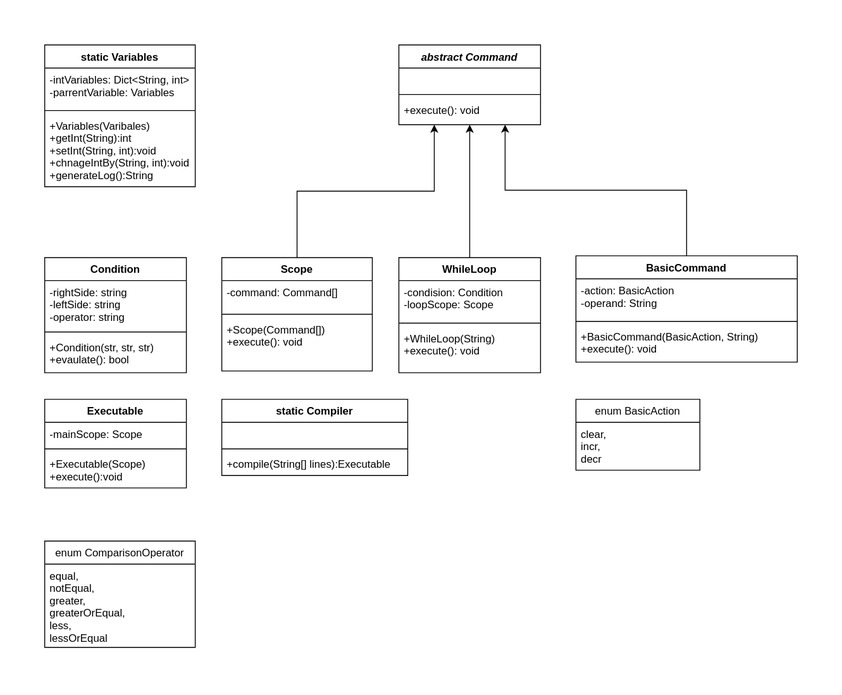
Before: BoneWithFleshInterpreter/documentation/uml.svg, a diagram exported from draw.io (mnokno/SpaceCadets). Source tidied: cells renumbered, new cells last; positions are measured from the earlier drawing's top-left corner, leaving out a move shared by most shapes.
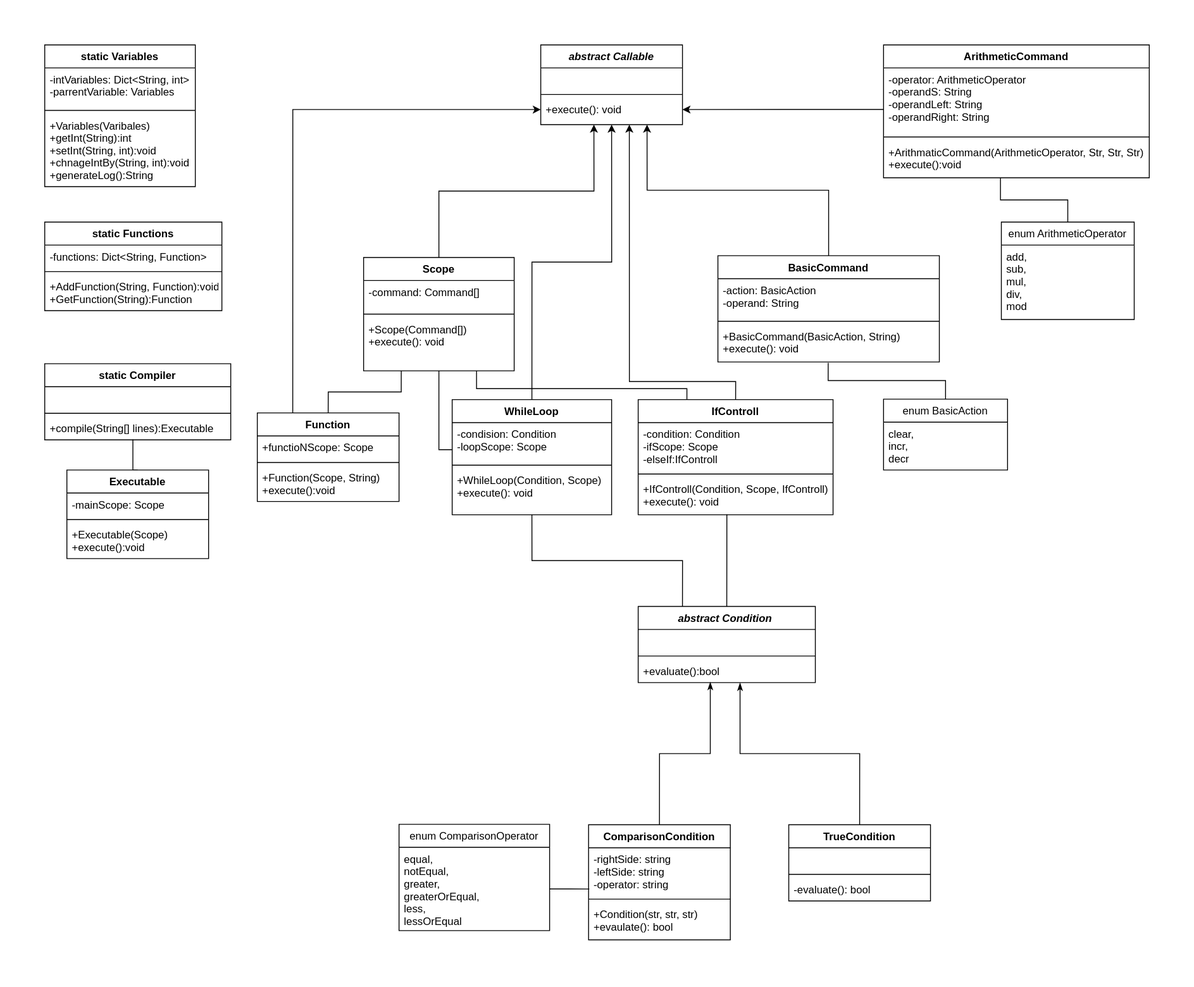
Later version of the same file.

Commit message:
Updated uml to accommodate new language features

Diff of the diagram source:
```diff
@@ -2,9 +2,30 @@
   <root>
     <mxCell id="0" />
     <mxCell id="1" parent="0" />
-    <mxCell id="2" style="edgeStyle=orthogonalEdgeStyle;rounded=0;jettySize=auto;html=1;exitX=0.5;exitY=0;exitDx=0;exitDy=0;entryX=0.25;entryY=1;entryDx=0;entryDy=0;" parent="1" edge="1" source="3" target="7">
-      <mxGeometry relative="1" as="geometry" />
+    <mxCell id="2" style="edgeStyle=orthogonalEdgeStyle;rounded=0;jettySize=auto;html=1;exitX=0.5;exitY=0;exitDx=0;exitDy=0;" parent="1" edge="1" source="3">
+      <mxGeometry relative="1" as="geometry">
+        <mxPoint x="460" y="90" as="targetPoint" />
+      </mxGeometry>
     </mxCell>
+    <mxCell id="41" style="edgeStyle=orthogonalEdgeStyle;rounded=0;jettySize=auto;html=1;exitX=0.75;exitY=1;exitDx=0;exitDy=0;entryX=0.25;entryY=0;entryDx=0;entryDy=0;endArrow=none;endFill=0;" parent="1" edge="1" source="3" target="49">
+      <mxGeometry relative="1" as="geometry">
+        <Array as="points">
+          <mxPoint x="328" y="388" />
+          <mxPoint x="565" y="388" />
+        </Array>
+      </mxGeometry>
+    </mxCell>
+    <mxCell id="42" style="edgeStyle=orthogonalEdgeStyle;rounded=0;jettySize=auto;html=1;exitX=0.5;exitY=1;exitDx=0;exitDy=0;entryX=0.002;entryY=0.686;entryDx=0;entryDy=0;entryPerimeter=0;endArrow=none;endFill=0;" parent="1" edge="1" source="3" target="14">
+      <mxGeometry relative="1" as="geometry">
+        <Array as="points">
+          <mxPoint x="285" y="457" />
+          <mxPoint x="299" y="457" />
+        </Array>
+      </mxGeometry>
+    </mxCell>
+    <mxCell id="43" style="edgeStyle=orthogonalEdgeStyle;rounded=0;jettySize=auto;html=1;exitX=0.25;exitY=1;exitDx=0;exitDy=0;entryX=0.5;entryY=0;entryDx=0;entryDy=0;endArrow=none;endFill=0;" parent="1" edge="1" source="3" target="65">
+      <mxGeometry relative="1" as="geometry" />
+    </mxCell>
     <mxCell id="3" value="Scope" style="swimlane;fontStyle=1;align=center;verticalAlign=top;horizontal=1;startSize=26;rounded=0;shadow=0;strokeWidth=1;" parent="1" vertex="1">
       <mxGeometry x="200" y="240" width="170" height="128" as="geometry" />
     </mxCell>
@@ -17,7 +38,7 @@
     <mxCell id="6" value="+Scope(Command[])&#10;+execute(): void" style="text;align=left;verticalAlign=top;spacingLeft=4;spacingRight=4;overflow=hidden;fontStyle=0;" parent="3" vertex="1">
       <mxGeometry y="68" width="170" height="50" as="geometry" />
     </mxCell>
-    <mxCell id="7" value="abstract Command" style="swimlane;fontStyle=3;align=center;verticalAlign=top;horizontal=1;startSize=26;rounded=0;shadow=0;strokeWidth=1;" parent="1" vertex="1">
+    <mxCell id="7" value="abstract Callable" style="swimlane;fontStyle=3;align=center;verticalAlign=top;horizontal=1;startSize=26;rounded=0;shadow=0;strokeWidth=1;" parent="1" vertex="1">
       <mxGeometry x="400" width="160" height="90" as="geometry" />
     </mxCell>
     <mxCell id="8" value=" " style="text;align=left;verticalAlign=top;spacingLeft=4;spacingRight=4;overflow=hidden;" parent="7" vertex="1">
@@ -36,19 +57,19 @@
       <mxGeometry relative="1" as="geometry" />
     </mxCell>
     <mxCell id="13" value="WhileLoop" style="swimlane;fontStyle=1;align=center;verticalAlign=top;horizontal=1;startSize=26;rounded=0;shadow=0;strokeWidth=1;" parent="1" vertex="1">
-      <mxGeometry x="400" y="240" width="160" height="130" as="geometry" />
+      <mxGeometry x="300" y="400.5" width="180" height="130" as="geometry" />
     </mxCell>
     <mxCell id="14" value="-condision: Condition&#10;-loopScope: Scope" style="text;align=left;verticalAlign=top;spacingLeft=4;spacingRight=4;overflow=hidden;points=[[0,0.5],[1,0.5]];portConstraint=eastwest;" parent="13" vertex="1">
-      <mxGeometry y="26" width="160" height="44" as="geometry" />
+      <mxGeometry y="26" width="180" height="44" as="geometry" />
     </mxCell>
     <mxCell id="15" style="line;html=1;strokeWidth=1;align=left;verticalAlign=middle;spacingTop=-1;spacingLeft=3;spacingRight=3;labelPosition=right;" parent="13" vertex="1">
-      <mxGeometry y="70" width="160" height="8" as="geometry" />
+      <mxGeometry y="70" width="180" height="8" as="geometry" />
     </mxCell>
-    <mxCell id="16" value="+WhileLoop(String)&#10;+execute(): void" style="text;align=left;verticalAlign=top;spacingLeft=4;spacingRight=4;overflow=hidden;fontStyle=0;" parent="13" vertex="1">
-      <mxGeometry y="78" width="160" height="42" as="geometry" />
+    <mxCell id="16" value="+WhileLoop(Condition, Scope)&#10;+execute(): void" style="text;align=left;verticalAlign=top;spacingLeft=4;spacingRight=4;overflow=hidden;fontStyle=0;" parent="13" vertex="1">
+      <mxGeometry y="78" width="180" height="42" as="geometry" />
     </mxCell>
     <mxCell id="17" value="static Variables" style="swimlane;fontStyle=1;align=center;verticalAlign=top;horizontal=1;startSize=26;" parent="1" vertex="1">
-      <mxGeometry width="170" height="160" as="geometry" />
+      <mxGeometry x="-160" width="170" height="160" as="geometry" />
     </mxCell>
     <mxCell id="18" value="-intVariables: Dict&lt;String, int&gt; &#10;-parrentVariable: Variables" style="text;strokeColor=none;fillColor=none;align=left;verticalAlign=top;spacingLeft=4;spacingRight=4;overflow=hidden;" parent="17" vertex="1">
       <mxGeometry y="26" width="170" height="44" as="geometry" />
@@ -60,7 +81,7 @@
       <mxGeometry y="78" width="170" height="82" as="geometry" />
     </mxCell>
     <mxCell id="21" value="static Compiler" style="swimlane;fontStyle=1;align=center;verticalAlign=top;horizontal=1;startSize=26;" parent="1" vertex="1">
-      <mxGeometry x="200" y="400" width="210" height="86" as="geometry" />
+      <mxGeometry x="-160" y="360" width="210" height="86" as="geometry" />
     </mxCell>
     <mxCell id="22" value="  " style="text;strokeColor=none;fillColor=none;align=left;verticalAlign=top;spacingLeft=4;spacingRight=4;overflow=hidden;" parent="21" vertex="1">
       <mxGeometry y="26" width="210" height="26" as="geometry" />
@@ -71,8 +92,11 @@
     <mxCell id="24" value="+compile(String[] lines):Executable" style="text;strokeColor=none;fillColor=none;align=left;verticalAlign=top;spacingLeft=4;spacingRight=4;overflow=hidden;points=[[0,0.5],[1,0.5]];portConstraint=eastwest;" parent="21" vertex="1">
       <mxGeometry y="60" width="210" height="26" as="geometry" />
     </mxCell>
+    <mxCell id="44" style="edgeStyle=orthogonalEdgeStyle;rounded=0;jettySize=auto;html=1;exitX=0.5;exitY=0;exitDx=0;exitDy=0;entryX=0.474;entryY=0.977;entryDx=0;entryDy=0;entryPerimeter=0;endArrow=none;endFill=0;" parent="1" edge="1" source="25" target="24">
+      <mxGeometry relative="1" as="geometry" />
+    </mxCell>
     <mxCell id="25" value="Executable" style="swimlane;fontStyle=1;align=center;verticalAlign=top;horizontal=1;startSize=26;" parent="1" vertex="1">
-      <mxGeometry y="400" width="160" height="100" as="geometry" />
+      <mxGeometry x="-135" y="480" width="160" height="100" as="geometry" />
     </mxCell>
     <mxCell id="26" value="-mainScope: Scope" style="text;strokeColor=none;fillColor=none;align=left;verticalAlign=top;spacingLeft=4;spacingRight=4;overflow=hidden;" parent="25" vertex="1">
       <mxGeometry y="26" width="160" height="26" as="geometry" />
@@ -83,8 +107,11 @@
     <mxCell id="28" value="+Executable(Scope)&#10;+execute():void" style="text;strokeColor=none;fillColor=none;align=left;verticalAlign=top;spacingLeft=4;spacingRight=4;overflow=hidden;" parent="25" vertex="1">
       <mxGeometry y="60" width="160" height="40" as="geometry" />
     </mxCell>
+    <mxCell id="45" style="edgeStyle=orthogonalEdgeStyle;rounded=0;jettySize=auto;html=1;exitX=0.5;exitY=0;exitDx=0;exitDy=0;entryX=0.407;entryY=0.977;entryDx=0;entryDy=0;entryPerimeter=0;endArrow=classicThin;endFill=1;" parent="1" edge="1" source="29" target="63">
+      <mxGeometry relative="1" as="geometry" />
+    </mxCell>
-    <mxCell id="29" value="Condition" style="swimlane;fontStyle=1;align=center;verticalAlign=top;horizontal=1;startSize=26;" parent="1" vertex="1">
-      <mxGeometry y="240" width="160" height="130" as="geometry" />
+    <mxCell id="29" value="ComparisonCondition" style="swimlane;fontStyle=1;align=center;verticalAlign=top;horizontal=1;startSize=26;" parent="1" vertex="1">
+      <mxGeometry x="454" y="880.5" width="160" height="130" as="geometry" />
     </mxCell>
     <mxCell id="30" value="-rightSide: string&#10;-leftSide: string&#10;-operator: string&#10;" style="text;strokeColor=none;fillColor=none;align=left;verticalAlign=top;spacingLeft=4;spacingRight=4;overflow=hidden;points=[[0,0.5],[1,0.5]];portConstraint=eastwest;" parent="29" vertex="1">
       <mxGeometry y="26" width="160" height="54" as="geometry" />
@@ -107,17 +134,132 @@
     <mxCell id="36" value="+BasicCommand(BasicAction, String)&#10;+execute(): void" style="text;strokeColor=none;fillColor=none;align=left;verticalAlign=top;spacingLeft=4;spacingRight=4;overflow=hidden;points=[[0,0.5],[1,0.5]];portConstraint=eastwest;" parent="33" vertex="1">
       <mxGeometry y="78" width="250" height="42" as="geometry" />
     </mxCell>
+    <mxCell id="46" style="edgeStyle=orthogonalEdgeStyle;rounded=0;jettySize=auto;html=1;exitX=0.5;exitY=0;exitDx=0;exitDy=0;entryX=0.498;entryY=1.024;entryDx=0;entryDy=0;entryPerimeter=0;endArrow=none;endFill=0;" parent="1" edge="1" source="37" target="36">
+      <mxGeometry relative="1" as="geometry" />
+    </mxCell>
     <mxCell id="37" value="enum BasicAction" style="swimlane;fontStyle=0;horizontal=1;startSize=26;fillColor=none;" parent="1" vertex="1">
-      <mxGeometry x="600" y="400" width="140" height="80" as="geometry" />
+      <mxGeometry x="787" y="400" width="140" height="80" as="geometry" />
     </mxCell>
     <mxCell id="38" value="clear,&#10;incr,&#10;decr&#10;" style="text;strokeColor=none;fillColor=none;align=left;verticalAlign=top;spacingLeft=4;spacingRight=4;overflow=hidden;" parent="37" vertex="1">
       <mxGeometry y="26" width="140" height="54" as="geometry" />
     </mxCell>
     <mxCell id="39" value="enum ComparisonOperator" style="swimlane;fontStyle=0;horizontal=1;startSize=26;fillColor=none;" parent="1" vertex="1">
-      <mxGeometry y="560" width="170" height="120" as="geometry" />
+      <mxGeometry x="240" y="880" width="170" height="120" as="geometry" />
     </mxCell>
     <mxCell id="40" value="equal,&#10;notEqual,&#10;greater,&#10;greaterOrEqual,&#10;less,&#10;lessOrEqual" style="text;strokeColor=none;fillColor=none;align=left;verticalAlign=top;spacingLeft=4;spacingRight=4;overflow=hidden;points=[[0,0.5],[1,0.5]];portConstraint=eastwest;" parent="39" vertex="1">
       <mxGeometry y="26" width="170" height="94" as="geometry" />
     </mxCell>
+    <mxCell id="47" style="edgeStyle=orthogonalEdgeStyle;rounded=0;jettySize=auto;html=1;exitX=1;exitY=0.5;exitDx=0;exitDy=0;entryX=0.005;entryY=0.863;entryDx=0;entryDy=0;entryPerimeter=0;endArrow=none;endFill=0;" parent="1" edge="1" source="40" target="30">
+      <mxGeometry relative="1" as="geometry" />
+    </mxCell>
+    <mxCell id="48" style="edgeStyle=orthogonalEdgeStyle;rounded=0;jettySize=auto;html=1;exitX=0.5;exitY=0;exitDx=0;exitDy=0;endArrow=classic;endFill=1;" parent="1" edge="1" source="49">
+      <mxGeometry relative="1" as="geometry">
+        <mxPoint x="500" y="90" as="targetPoint" />
+        <Array as="points">
+          <mxPoint x="620" y="380" />
+          <mxPoint x="500" y="380" />
+        </Array>
+      </mxGeometry>
+    </mxCell>
+    <mxCell id="49" value="IfControll" style="swimlane;fontStyle=1;align=center;verticalAlign=top;horizontal=1;startSize=26;" parent="1" vertex="1">
+      <mxGeometry x="510" y="400.5" width="220" height="130" as="geometry" />
+    </mxCell>
+    <mxCell id="50" value="-condition: Condition&#10;-ifScope: Scope&#10;-elseIf:IfControll" style="text;strokeColor=none;fillColor=none;align=left;verticalAlign=top;spacingLeft=4;spacingRight=4;overflow=hidden;" parent="49" vertex="1">
+      <mxGeometry y="26" width="220" height="54" as="geometry" />
+    </mxCell>
+    <mxCell id="51" style="line;strokeWidth=1;fillColor=none;align=left;verticalAlign=middle;spacingTop=-1;spacingLeft=3;spacingRight=3;labelPosition=right;strokeColor=inherit;" parent="49" vertex="1">
+      <mxGeometry y="80" width="220" height="8" as="geometry" />
+    </mxCell>
+    <mxCell id="52" value="+IfControll(Condition, Scope, IfControll)&#10;+execute(): void" style="text;strokeColor=none;fillColor=none;align=left;verticalAlign=top;spacingLeft=4;spacingRight=4;overflow=hidden;points=[[0,0.5],[1,0.5]];portConstraint=eastwest;" parent="49" vertex="1">
+      <mxGeometry y="88" width="220" height="42" as="geometry" />
+    </mxCell>
+    <mxCell id="53" style="edgeStyle=orthogonalEdgeStyle;rounded=0;jettySize=auto;html=1;exitX=0.5;exitY=0;exitDx=0;exitDy=0;entryX=0.575;entryY=1.008;entryDx=0;entryDy=0;entryPerimeter=0;endArrow=classicThin;endFill=1;" parent="1" edge="1" source="54" target="63">
+      <mxGeometry relative="1" as="geometry" />
+    </mxCell>
+    <mxCell id="54" value="TrueCondition" style="swimlane;fontStyle=1;align=center;verticalAlign=top;horizontal=1;startSize=26;" parent="1" vertex="1">
+      <mxGeometry x="680" y="880.5" width="160" height="86" as="geometry" />
+    </mxCell>
+    <mxCell id="55" value="  " style="text;strokeColor=none;fillColor=none;align=left;verticalAlign=top;spacingLeft=4;spacingRight=4;overflow=hidden;" parent="54" vertex="1">
+      <mxGeometry y="26" width="160" height="26" as="geometry" />
+    </mxCell>
+    <mxCell id="56" style="line;strokeWidth=1;fillColor=none;align=left;verticalAlign=middle;spacingTop=-1;spacingLeft=3;spacingRight=3;labelPosition=right;strokeColor=inherit;" parent="54" vertex="1">
+      <mxGeometry y="52" width="160" height="8" as="geometry" />
+    </mxCell>
+    <mxCell id="57" value="-evaluate(): bool " style="text;strokeColor=none;fillColor=none;align=left;verticalAlign=top;spacingLeft=4;spacingRight=4;overflow=hidden;" parent="54" vertex="1">
+      <mxGeometry y="60" width="160" height="26" as="geometry" />
+    </mxCell>
+    <mxCell id="58" style="edgeStyle=orthogonalEdgeStyle;rounded=0;jettySize=auto;html=1;exitX=0.25;exitY=0;exitDx=0;exitDy=0;entryX=0.5;entryY=1;entryDx=0;entryDy=0;endArrow=none;endFill=0;" parent="1" edge="1" source="60" target="13">
+      <mxGeometry relative="1" as="geometry" />
+    </mxCell>
+    <mxCell id="59" style="edgeStyle=orthogonalEdgeStyle;rounded=0;jettySize=auto;html=1;exitX=0.5;exitY=0;exitDx=0;exitDy=0;entryX=0.455;entryY=0.984;entryDx=0;entryDy=0;entryPerimeter=0;endArrow=none;endFill=0;" parent="1" edge="1" source="60" target="52">
+      <mxGeometry relative="1" as="geometry" />
+    </mxCell>
+    <mxCell id="60" value="abstract Condition " style="swimlane;fontStyle=3;align=center;verticalAlign=top;horizontal=1;startSize=26;" parent="1" vertex="1">
+      <mxGeometry x="510" y="634" width="200" height="86" as="geometry" />
+    </mxCell>
+    <mxCell id="61" value=" " style="text;strokeColor=none;fillColor=none;align=left;verticalAlign=top;spacingLeft=4;spacingRight=4;overflow=hidden;" parent="60" vertex="1">
+      <mxGeometry y="26" width="200" height="26" as="geometry" />
+    </mxCell>
+    <mxCell id="62" style="line;strokeWidth=1;fillColor=none;align=left;verticalAlign=middle;spacingTop=-1;spacingLeft=3;spacingRight=3;labelPosition=right;strokeColor=inherit;" parent="60" vertex="1">
+      <mxGeometry y="52" width="200" height="8" as="geometry" />
+    </mxCell>
+    <mxCell id="63" value="+evaluate():bool" style="text;strokeColor=none;fillColor=none;align=left;verticalAlign=top;spacingLeft=4;spacingRight=4;overflow=hidden;points=[[0,0.5],[1,0.5]];portConstraint=eastwest;" parent="60" vertex="1">
+      <mxGeometry y="60" width="200" height="26" as="geometry" />
+    </mxCell>
+    <mxCell id="64" style="edgeStyle=orthogonalEdgeStyle;rounded=0;jettySize=auto;html=1;exitX=0.25;exitY=0;exitDx=0;exitDy=0;entryX=0;entryY=0.5;entryDx=0;entryDy=0;endArrow=classic;endFill=1;" parent="1" edge="1" source="65" target="10">
+      <mxGeometry relative="1" as="geometry">
+        <Array as="points">
+          <mxPoint x="120" y="73" />
+        </Array>
+      </mxGeometry>
+    </mxCell>
+    <mxCell id="65" value="Function" style="swimlane;fontStyle=1;align=center;verticalAlign=top;horizontal=1;startSize=26;" parent="1" vertex="1">
+      <mxGeometry x="80" y="415.5" width="160" height="100" as="geometry" />
+    </mxCell>
+    <mxCell id="66" value="+functioNScope: Scope" style="text;strokeColor=none;fillColor=none;align=left;verticalAlign=top;spacingLeft=4;spacingRight=4;overflow=hidden;" parent="65" vertex="1">
+      <mxGeometry y="26" width="160" height="26" as="geometry" />
+    </mxCell>
+    <mxCell id="67" style="line;strokeWidth=1;fillColor=none;align=left;verticalAlign=middle;spacingTop=-1;spacingLeft=3;spacingRight=3;labelPosition=right;strokeColor=inherit;" parent="65" vertex="1">
+      <mxGeometry y="52" width="160" height="8" as="geometry" />
+    </mxCell>
+    <mxCell id="68" value="+Function(Scope, String)&#10;+execute():void" style="text;strokeColor=none;fillColor=none;align=left;verticalAlign=top;spacingLeft=4;spacingRight=4;overflow=hidden;" parent="65" vertex="1">
+      <mxGeometry y="60" width="160" height="40" as="geometry" />
+    </mxCell>
+    <mxCell id="69" value="static Functions" style="swimlane;fontStyle=1;align=center;verticalAlign=top;horizontal=1;startSize=26;" parent="1" vertex="1">
+      <mxGeometry x="-160" y="200" width="200" height="100" as="geometry" />
+    </mxCell>
+    <mxCell id="70" value="-functions: Dict&lt;String, Function&gt;" style="text;strokeColor=none;fillColor=none;align=left;verticalAlign=top;spacingLeft=4;spacingRight=4;overflow=hidden;" parent="69" vertex="1">
+      <mxGeometry y="26" width="200" height="26" as="geometry" />
+    </mxCell>
+    <mxCell id="71" style="line;strokeWidth=1;fillColor=none;align=left;verticalAlign=middle;spacingTop=-1;spacingLeft=3;spacingRight=3;labelPosition=right;strokeColor=inherit;" parent="69" vertex="1">
+      <mxGeometry y="52" width="200" height="8" as="geometry" />
+    </mxCell>
+    <mxCell id="72" value="+AddFunction(String, Function):void&#10;+GetFunction(String):Function" style="text;strokeColor=none;fillColor=none;align=left;verticalAlign=top;spacingLeft=4;spacingRight=4;overflow=hidden;" parent="69" vertex="1">
+      <mxGeometry y="60" width="200" height="40" as="geometry" />
+    </mxCell>
+    <mxCell id="73" style="edgeStyle=orthogonalEdgeStyle;rounded=0;jettySize=auto;html=1;exitX=0.5;exitY=0;exitDx=0;exitDy=0;entryX=0.44;entryY=1.005;entryDx=0;entryDy=0;entryPerimeter=0;endArrow=none;endFill=0;" parent="1" edge="1" source="74" target="79">
+      <mxGeometry relative="1" as="geometry" />
+    </mxCell>
+    <mxCell id="74" value="enum ArithmeticOperator" style="swimlane;fontStyle=0;horizontal=1;startSize=26;fillColor=none;" parent="1" vertex="1">
+      <mxGeometry x="920" y="200" width="150" height="110" as="geometry" />
+    </mxCell>
+    <mxCell id="75" value="add,&#10;sub,&#10;mul,&#10;div,&#10;mod" style="text;strokeColor=none;fillColor=none;align=left;verticalAlign=top;spacingLeft=4;spacingRight=4;overflow=hidden;" parent="74" vertex="1">
+      <mxGeometry y="26" width="150" height="84" as="geometry" />
+    </mxCell>
+    <mxCell id="76" value="ArithmeticCommand" style="swimlane;fontStyle=1;align=center;verticalAlign=top;horizontal=1;startSize=26;" parent="1" vertex="1">
+      <mxGeometry x="787" width="300" height="150" as="geometry" />
+    </mxCell>
+    <mxCell id="77" value="-operator: ArithmeticOperator&#10;-operandS: String&#10;-operandLeft: String&#10;-operandRight: String" style="text;strokeColor=none;fillColor=none;align=left;verticalAlign=top;spacingLeft=4;spacingRight=4;overflow=hidden;points=[[0,0.5],[1,0.5]];portConstraint=eastwest;" parent="76" vertex="1">
+      <mxGeometry y="26" width="300" height="74" as="geometry" />
+    </mxCell>
+    <mxCell id="78" style="line;strokeWidth=1;fillColor=none;align=left;verticalAlign=middle;spacingTop=-1;spacingLeft=3;spacingRight=3;labelPosition=right;strokeColor=inherit;" parent="76" vertex="1">
+      <mxGeometry y="100" width="300" height="8" as="geometry" />
+    </mxCell>
+    <mxCell id="79" value="+ArithmaticCommand(ArithmeticOperator, Str, Str, Str)&#10;+execute():void" style="text;strokeColor=none;fillColor=none;align=left;verticalAlign=top;spacingLeft=4;spacingRight=4;overflow=hidden;points=[[0,0.5],[1,0.5]];portConstraint=eastwest;" parent="76" vertex="1">
+      <mxGeometry y="108" width="300" height="42" as="geometry" />
+    </mxCell>
+    <mxCell id="80" style="edgeStyle=orthogonalEdgeStyle;rounded=0;jettySize=auto;html=1;exitX=-0.001;exitY=0.634;exitDx=0;exitDy=0;entryX=1;entryY=0.5;entryDx=0;entryDy=0;exitPerimeter=0;" parent="1" edge="1" source="77" target="10">
+      <mxGeometry relative="1" as="geometry" />
+    </mxCell>
   </root>
 </mxGraphModel>
```
